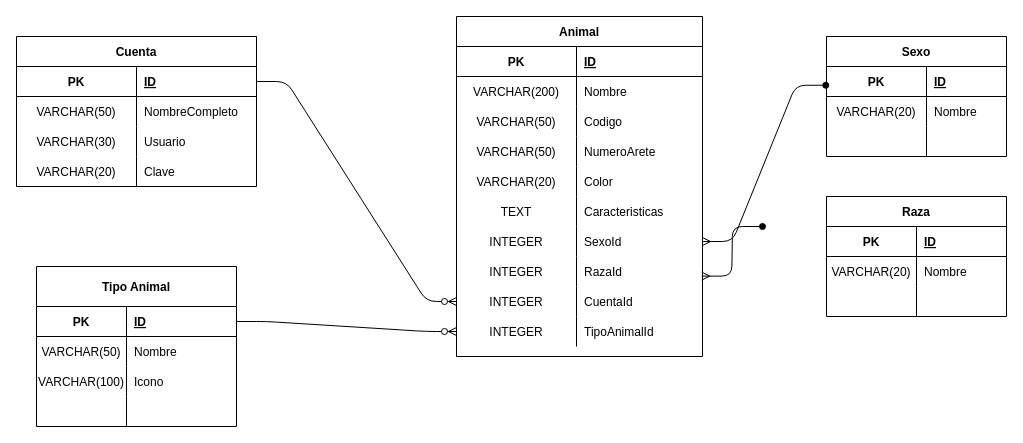
Above: docs/entity_relationship_diagram.drawio in enu-44/agropecuaria-flutter-app (draw.io), before the change. Source tidied: cells renumbered, new cells numbered last; positions are measured from the earlier drawing's top-left corner, leaving out a move shared by most shapes. Both pictures are drawn from the tidied source at 100%, with x=0, y=0 at pixel (16, 16).
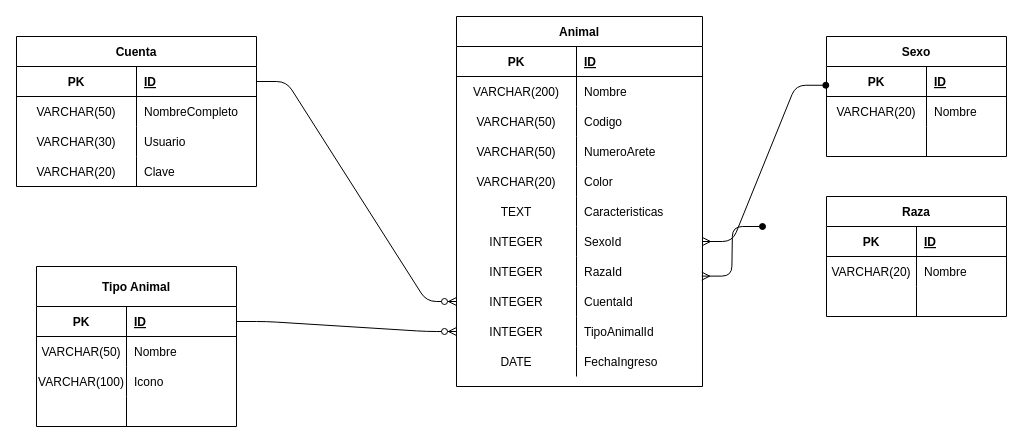
The same diagram, later.

Change to the diagram source:
```diff
@@
     <mxCell id="28" value="Animal" style="shape=table;startSize=30;childLayout=tableLayout;rowLines=0;fontStyle=1;align=center;" parent="1" vertex="1">
-      <mxGeometry x="440" width="246" height="340" as="geometry" />
+      <mxGeometry x="440" width="246" height="370" as="geometry" />
     </mxCell>
@@
+    <mxCell id="83" style="shape=tableRow;horizontal=0;startSize=0;swimlaneHead=0;swimlaneBody=0;fillColor=none;top=0;left=0;right=0;bottom=0;" parent="28" vertex="1">
+      <mxGeometry y="330" width="246" height="30" as="geometry" />
+    </mxCell>
+    <mxCell id="84" value="DATE" style="shape=partialRectangle;fillColor=none;top=0;left=0;bottom=0;right=0;overflow=hidden;" parent="83" vertex="1">
+      <mxGeometry width="120" height="30" as="geometry" />
+    </mxCell>
+    <mxCell id="85" value="FechaIngreso" style="shape=partialRectangle;fillColor=none;top=0;left=0;bottom=0;right=0;align=left;spacingLeft=6;overflow=hidden;" parent="83" vertex="1">
+      <mxGeometry x="120" width="126" height="30" as="geometry" />
+    </mxCell>
```
